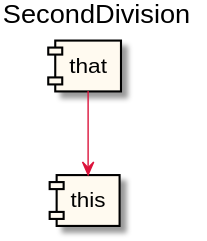
anz-bank/sysl-catalog keeps this PlantUML diagram as docs/integration.svg. Above is the earlier version.
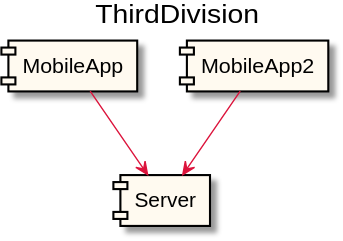
After the change.

Change to the diagram source:
```diff
@@ -1,7 +1,7 @@
 @startuml
 
 
-title SecondDivision
+title ThirdDivision
 hide stereotype
 scale max 16384 height
 skinparam component {
@@ -9,7 +9,9 @@
   BorderColor Black
   ArrowColor Crimson
 }
-[that] as _0
-[this] as _1 <<highlight>>
+[MobileApp] as _0
+[Server] as _1 <<highlight>>
 _0 --> _1
+[MobileApp2] as _2
+_2 --> _1
 @enduml
```
